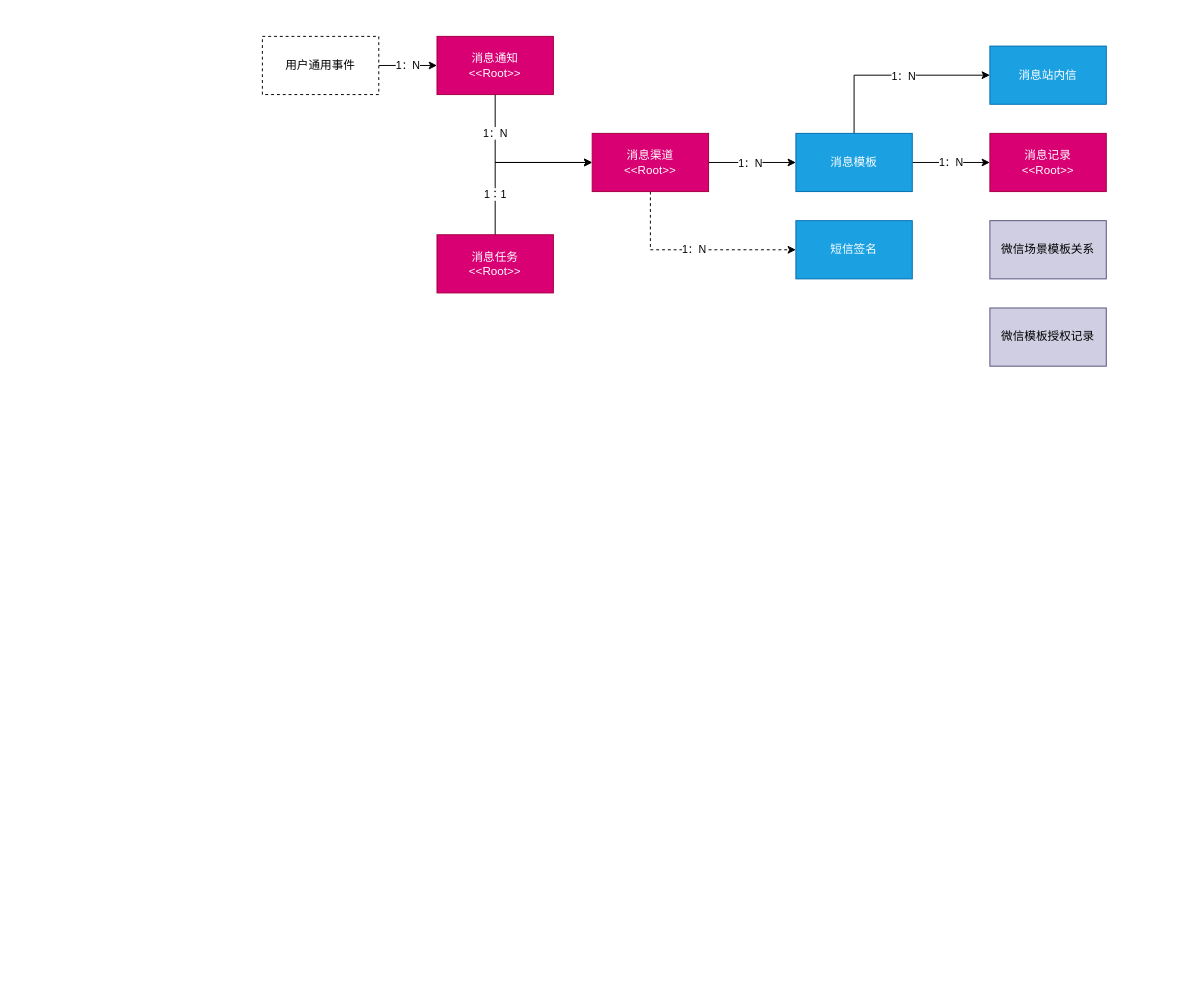
Above: page "Page-1" (1 of 2) of Untitled Diagram.drawio in juxiemushu/Personalword (draw.io), before the change. Source tidied: cells renumbered, new cells numbered last; positions are measured from the earlier drawing's top-left corner, leaving out a move shared by most shapes. Both pictures are drawn from the tidied source at 97%, with x=0, y=0 at pixel (262, 36).
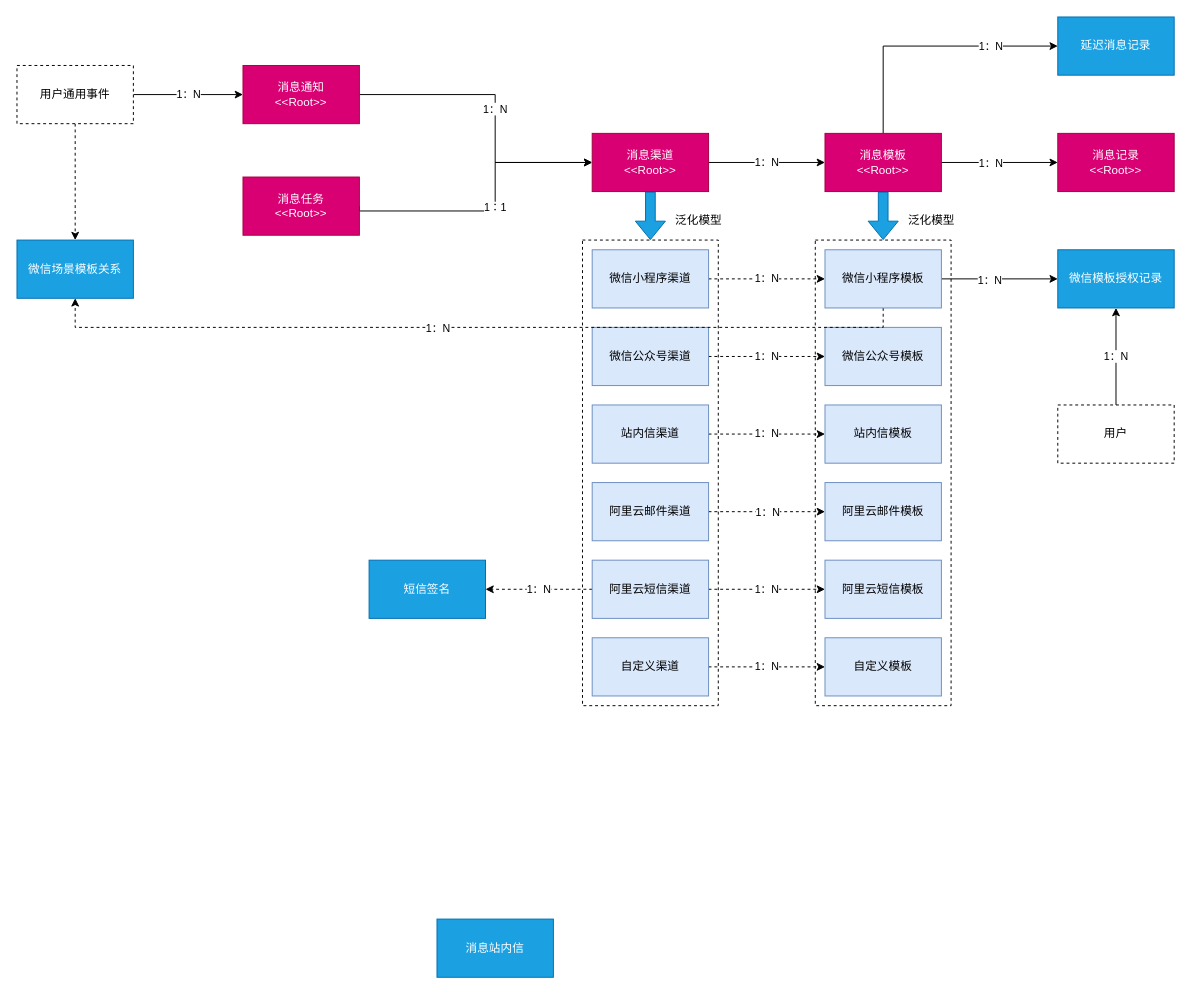
Above is the later version.

Commit message:
Update touch model

Unchanged cells that the change refers to:
```xml
<mxCell id="10" value="消息渠道&lt;br&gt;&amp;lt;&amp;lt;Root&amp;gt;&amp;gt;" style="rounded=0;whiteSpace=wrap;html=1;fillColor=#d80073;strokeColor=#A50040;fontColor=#ffffff;" parent="1" vertex="1">
  <mxGeometry x="340" y="100" width="120" height="60" as="geometry" />
</mxCell>
```

Diff of the diagram source:
```diff
@@
     <mxCell id="2" value="1：N" style="edgeStyle=orthogonalEdgeStyle;rounded=0;jettySize=auto;html=1;exitX=1;exitY=0.5;exitDx=0;exitDy=0;endArrow=classic;endFill=1;entryX=0;entryY=0.5;entryDx=0;entryDy=0;" parent="1" edge="1" source="3" target="10">
       <mxGeometry relative="1" as="geometry">
         <Array as="points">
-          <mxPoint x="240" y="30" />
+          <mxPoint x="240" y="60" />
           <mxPoint x="240" y="130" />
-          <mxPoint x="340" y="130" />
         </Array>
       </mxGeometry>
     </mxCell>
     <mxCell id="3" value="消息通知&lt;br&gt;&amp;lt;&amp;lt;Root&amp;gt;&amp;gt;" style="rounded=0;whiteSpace=wrap;html=1;fillColor=#d80073;strokeColor=#A50040;fontColor=#ffffff;" parent="1" vertex="1">
-      <mxGeometry x="180" width="120" height="60" as="geometry" />
+      <mxGeometry x="-20" y="30" width="120" height="60" as="geometry" />
     </mxCell>
     <mxCell id="4" value="1：1" style="edgeStyle=orthogonalEdgeStyle;rounded=0;jettySize=auto;html=1;exitX=1;exitY=0.5;exitDx=0;exitDy=0;endArrow=classic;endFill=1;entryX=0;entryY=0.5;entryDx=0;entryDy=0;" parent="1" edge="1" source="5" target="10">
       <mxGeometry relative="1" as="geometry">
         <Array as="points">
-          <mxPoint x="240" y="235" />
+          <mxPoint x="100" y="180" />
+          <mxPoint x="240" y="180" />
           <mxPoint x="240" y="130" />
         </Array>
       </mxGeometry>
     </mxCell>
     <mxCell id="5" value="消息任务&lt;br&gt;&amp;lt;&amp;lt;Root&amp;gt;&amp;gt;" style="rounded=0;whiteSpace=wrap;html=1;fillColor=#d80073;strokeColor=#A50040;fontColor=#ffffff;" parent="1" vertex="1">
-      <mxGeometry x="180" y="204.5" width="120" height="60" as="geometry" />
+      <mxGeometry x="-20" y="145" width="120" height="60" as="geometry" />
     </mxCell>
-    <mxCell id="6" style="edgeStyle=orthogonalEdgeStyle;rounded=0;jettySize=auto;html=1;exitX=1;exitY=0.5;exitDx=0;exitDy=0;" parent="1" edge="1" source="10" target="14">
+    <mxCell id="6" value="1：N" style="edgeStyle=orthogonalEdgeStyle;rounded=0;jettySize=auto;html=1;exitX=1;exitY=0.5;exitDx=0;exitDy=0;" parent="1" edge="1" source="10" target="14">
       <mxGeometry relative="1" as="geometry" />
     </mxCell>
-    <mxCell id="7" value="1：N" style="edgeLabel;html=1;align=center;verticalAlign=middle;" parent="6" vertex="1">
-      <mxGeometry x="-0.53" relative="1" as="geometry">
-        <mxPoint x="21" as="offset" />
-      </mxGeometry>
-    </mxCell>
-    <mxCell id="8" style="edgeStyle=orthogonalEdgeStyle;rounded=0;jettySize=auto;html=1;exitX=0.5;exitY=1;exitDx=0;exitDy=0;entryX=0;entryY=0.5;entryDx=0;entryDy=0;dashed=1;" parent="1" edge="1" source="10" target="16">
-      <mxGeometry relative="1" as="geometry" />
-    </mxCell>
-    <mxCell id="9" value="1：N" style="edgeLabel;html=1;align=center;verticalAlign=middle;" parent="8" vertex="1">
-      <mxGeometry x="-0.01" y="1" relative="1" as="geometry" />
-    </mxCell>
+    <mxCell id="22" style="edgeStyle=orthogonalEdgeStyle;rounded=0;jettySize=auto;html=1;exitX=0.5;exitY=1;exitDx=0;exitDy=0;shape=flexArrow;fillColor=#1ba1e2;strokeColor=#006EAF;endSize=6;startSize=6;" parent="1" edge="1" source="10" target="54">
+      <mxGeometry relative="1" as="geometry" />
+    </mxCell>
@@
-    <mxCell id="11" value="1：N" style="edgeStyle=orthogonalEdgeStyle;rounded=0;jettySize=auto;html=1;exitX=1;exitY=0.5;exitDx=0;exitDy=0;endArrow=classic;endFill=1;" parent="1" edge="1" source="14" target="15">
+    <mxCell id="11" style="edgeStyle=orthogonalEdgeStyle;rounded=0;jettySize=auto;html=1;exitX=1;exitY=0.5;exitDx=0;exitDy=0;" parent="1" edge="1" source="14" target="15">
       <mxGeometry relative="1" as="geometry" />
     </mxCell>
-    <mxCell id="12" style="edgeStyle=orthogonalEdgeStyle;rounded=0;jettySize=auto;html=1;exitX=0.5;exitY=0;exitDx=0;exitDy=0;entryX=0;entryY=0.5;entryDx=0;entryDy=0;endArrow=classic;endFill=1;" parent="1" edge="1" source="14" target="17">
-      <mxGeometry relative="1" as="geometry" />
-    </mxCell>
-    <mxCell id="13" value="1：N" style="edgeLabel;html=1;align=center;verticalAlign=middle;" parent="12" vertex="1">
-      <mxGeometry x="0.1" y="-2" relative="1" as="geometry">
-        <mxPoint y="-2" as="offset" />
-      </mxGeometry>
-    </mxCell>
+    <mxCell id="23" value="1：N" style="edgeLabel;html=1;align=center;verticalAlign=middle;" parent="11" vertex="1">
+      <mxGeometry x="-0.33" y="-4" relative="1" as="geometry">
+        <mxPoint x="10" y="-4" as="offset" />
+      </mxGeometry>
+    </mxCell>
+    <mxCell id="24" style="edgeStyle=orthogonalEdgeStyle;shape=flexArrow;rounded=0;jettySize=auto;html=1;exitX=0.5;exitY=1;exitDx=0;exitDy=0;startSize=6;endSize=6;fillColor=#1ba1e2;strokeColor=#006EAF;" parent="1" edge="1" source="14" target="55">
+      <mxGeometry relative="1" as="geometry" />
+    </mxCell>
+    <mxCell id="25" style="edgeStyle=orthogonalEdgeStyle;rounded=0;jettySize=auto;html=1;exitX=0.5;exitY=0;exitDx=0;exitDy=0;entryX=0;entryY=0.5;entryDx=0;entryDy=0;" parent="1" edge="1" source="14" target="58">
+      <mxGeometry relative="1" as="geometry" />
+    </mxCell>
+    <mxCell id="26" value="1：N" style="edgeLabel;html=1;align=center;verticalAlign=middle;" parent="25" vertex="1">
+      <mxGeometry x="0.33" y="-3" relative="1" as="geometry">
+        <mxPoint x="20" y="-3" as="offset" />
+      </mxGeometry>
+    </mxCell>
-    <mxCell id="14" value="消息模板" style="rounded=0;whiteSpace=wrap;html=1;fillColor=#1ba1e2;strokeColor=#006EAF;fontColor=#ffffff;" parent="1" vertex="1">
-      <mxGeometry x="550" y="100" width="120" height="60" as="geometry" />
+    <mxCell id="14" value="消息模板&lt;br&gt;&amp;lt;&amp;lt;Root&amp;gt;&amp;gt;" style="rounded=0;whiteSpace=wrap;html=1;fillColor=#d80073;strokeColor=#A50040;fontColor=#ffffff;" parent="1" vertex="1">
+      <mxGeometry x="580" y="100" width="120" height="60" as="geometry" />
     </mxCell>
     <mxCell id="15" value="消息记录&lt;br&gt;&amp;lt;&amp;lt;Root&amp;gt;&amp;gt;" style="rounded=0;whiteSpace=wrap;html=1;fillColor=#d80073;strokeColor=#A50040;fontColor=#ffffff;" parent="1" vertex="1">
-      <mxGeometry x="750" y="100" width="120" height="60" as="geometry" />
+      <mxGeometry x="820" y="100" width="120" height="60" as="geometry" />
     </mxCell>
     <mxCell id="16" value="短信签名" style="rounded=0;whiteSpace=wrap;html=1;fillColor=#1ba1e2;strokeColor=#006EAF;fontColor=#ffffff;" parent="1" vertex="1">
-      <mxGeometry x="550" y="190" width="120" height="60" as="geometry" />
+      <mxGeometry x="110" y="540" width="120" height="60" as="geometry" />
     </mxCell>
     <mxCell id="17" value="消息站内信" style="rounded=0;whiteSpace=wrap;html=1;fillColor=#1ba1e2;strokeColor=#006EAF;fontColor=#ffffff;" parent="1" vertex="1">
-      <mxGeometry x="750" y="10" width="120" height="60" as="geometry" />
+      <mxGeometry x="180" y="910" width="120" height="60" as="geometry" />
     </mxCell>
@@
+    <mxCell id="27" style="edgeStyle=orthogonalEdgeStyle;rounded=0;jettySize=auto;html=1;dashed=1;" parent="1" edge="1" source="19" target="20">
+      <mxGeometry relative="1" as="geometry">
+        <Array as="points">
+          <mxPoint x="-193" y="160" />
+          <mxPoint x="-193" y="160" />
+        </Array>
+      </mxGeometry>
+    </mxCell>
     <mxCell id="19" value="用户通用事件" style="rounded=0;whiteSpace=wrap;html=1;dashed=1;" parent="1" vertex="1">
-      <mxGeometry width="120" height="60" as="geometry" />
+      <mxGeometry x="-253" y="30" width="120" height="60" as="geometry" />
     </mxCell>
-    <mxCell id="20" value="微信场景模板关系" style="rounded=0;whiteSpace=wrap;html=1;fillColor=#d0cee2;strokeColor=#56517e;" parent="1" vertex="1">
-      <mxGeometry x="750" y="190" width="120" height="60" as="geometry" />
+    <mxCell id="20" value="微信场景模板关系" style="rounded=0;whiteSpace=wrap;html=1;fillColor=#1ba1e2;strokeColor=#006EAF;fontColor=#ffffff;" parent="1" vertex="1">
+      <mxGeometry x="-253" y="210" width="120" height="60" as="geometry" />
     </mxCell>
-    <mxCell id="21" value="微信模板授权记录" style="rounded=0;whiteSpace=wrap;html=1;fillColor=#d0cee2;strokeColor=#56517e;" parent="1" vertex="1">
-      <mxGeometry x="750" y="280" width="120" height="60" as="geometry" />
+    <mxCell id="21" value="微信模板授权记录" style="rounded=0;whiteSpace=wrap;html=1;fillColor=#1ba1e2;strokeColor=#006EAF;fontColor=#ffffff;" parent="1" vertex="1">
+      <mxGeometry x="820" y="220" width="120" height="60" as="geometry" />
     </mxCell>
+    <mxCell id="28" value="1：N" style="edgeStyle=orthogonalEdgeStyle;rounded=0;jettySize=auto;html=1;exitX=0;exitY=0.5;exitDx=0;exitDy=0;dashed=1;" parent="1" edge="1" source="30" target="16">
+      <mxGeometry relative="1" as="geometry" />
+    </mxCell>
+    <mxCell id="29" value="1：N" style="edgeStyle=orthogonalEdgeStyle;rounded=0;jettySize=auto;html=1;exitX=1;exitY=0.5;exitDx=0;exitDy=0;dashed=1;" parent="1" edge="1" source="30" target="42">
+      <mxGeometry relative="1" as="geometry" />
+    </mxCell>
+    <mxCell id="30" value="阿里云短信渠道" style="rounded=0;whiteSpace=wrap;html=1;fillColor=#dae8fc;strokeColor=#6c8ebf;" parent="1" vertex="1">
+      <mxGeometry x="340" y="540" width="120" height="60" as="geometry" />
+    </mxCell>
+    <mxCell id="31" value="1：N" style="edgeStyle=orthogonalEdgeStyle;rounded=0;jettySize=auto;html=1;exitX=1;exitY=0.5;exitDx=0;exitDy=0;dashed=1;" parent="1" edge="1" source="32" target="44">
+      <mxGeometry relative="1" as="geometry" />
+    </mxCell>
+    <mxCell id="32" value="微信公众号渠道" style="rounded=0;whiteSpace=wrap;html=1;fillColor=#dae8fc;strokeColor=#6c8ebf;" parent="1" vertex="1">
+      <mxGeometry x="340" y="300" width="120" height="60" as="geometry" />
+    </mxCell>
+    <mxCell id="33" value="1：N" style="edgeStyle=orthogonalEdgeStyle;rounded=0;jettySize=auto;html=1;exitX=1;exitY=0.5;exitDx=0;exitDy=0;dashed=1;" parent="1" edge="1" source="34" target="49">
+      <mxGeometry relative="1" as="geometry" />
+    </mxCell>
+    <mxCell id="34" value="微信小程序渠道" style="rounded=0;whiteSpace=wrap;html=1;fillColor=#dae8fc;strokeColor=#6c8ebf;" parent="1" vertex="1">
+      <mxGeometry x="340" y="220" width="120" height="60" as="geometry" />
+    </mxCell>
+    <mxCell id="35" style="edgeStyle=orthogonalEdgeStyle;rounded=0;jettySize=auto;html=1;exitX=1;exitY=0.5;exitDx=0;exitDy=0;dashed=1;" parent="1" edge="1" source="37" target="43">
+      <mxGeometry relative="1" as="geometry" />
+    </mxCell>
+    <mxCell id="36" value="1：N" style="edgeLabel;html=1;align=center;verticalAlign=middle;" parent="35" vertex="1">
+      <mxGeometry x="-0.28" y="1" relative="1" as="geometry">
+        <mxPoint x="17" y="1" as="offset" />
+      </mxGeometry>
+    </mxCell>
+    <mxCell id="37" value="阿里云邮件渠道" style="rounded=0;whiteSpace=wrap;html=1;fillColor=#dae8fc;strokeColor=#6c8ebf;" parent="1" vertex="1">
+      <mxGeometry x="340" y="460" width="120" height="60" as="geometry" />
+    </mxCell>
+    <mxCell id="38" value="1：N" style="edgeStyle=orthogonalEdgeStyle;rounded=0;jettySize=auto;html=1;exitX=1;exitY=0.5;exitDx=0;exitDy=0;dashed=1;" parent="1" edge="1" source="39" target="50">
+      <mxGeometry relative="1" as="geometry" />
+    </mxCell>
+    <mxCell id="39" value="站内信渠道" style="rounded=0;whiteSpace=wrap;html=1;fillColor=#dae8fc;strokeColor=#6c8ebf;" parent="1" vertex="1">
+      <mxGeometry x="340" y="380" width="120" height="60" as="geometry" />
+    </mxCell>
+    <mxCell id="40" value="1：N" style="edgeStyle=orthogonalEdgeStyle;rounded=0;jettySize=auto;html=1;exitX=1;exitY=0.5;exitDx=0;exitDy=0;dashed=1;" parent="1" edge="1" source="41" target="51">
+      <mxGeometry relative="1" as="geometry" />
+    </mxCell>
+    <mxCell id="41" value="自定义渠道" style="rounded=0;whiteSpace=wrap;html=1;fillColor=#dae8fc;strokeColor=#6c8ebf;" parent="1" vertex="1">
+      <mxGeometry x="340" y="620" width="120" height="60" as="geometry" />
+    </mxCell>
+    <mxCell id="42" value="阿里云短信模板" style="rounded=0;whiteSpace=wrap;html=1;fillColor=#dae8fc;strokeColor=#6c8ebf;" parent="1" vertex="1">
+      <mxGeometry x="580" y="540" width="120" height="60" as="geometry" />
+    </mxCell>
+    <mxCell id="43" value="阿里云邮件模板" style="rounded=0;whiteSpace=wrap;html=1;fillColor=#dae8fc;strokeColor=#6c8ebf;" parent="1" vertex="1">
+      <mxGeometry x="580" y="460" width="120" height="60" as="geometry" />
+    </mxCell>
+    <mxCell id="44" value="微信公众号模板" style="rounded=0;whiteSpace=wrap;html=1;fillColor=#dae8fc;strokeColor=#6c8ebf;" parent="1" vertex="1">
+      <mxGeometry x="580" y="300" width="120" height="60" as="geometry" />
+    </mxCell>
+    <mxCell id="45" style="edgeStyle=orthogonalEdgeStyle;rounded=0;jettySize=auto;html=1;exitX=0.5;exitY=1;exitDx=0;exitDy=0;entryX=0.5;entryY=1;entryDx=0;entryDy=0;dashed=1;" parent="1" edge="1" source="49" target="20">
+      <mxGeometry relative="1" as="geometry">
+        <Array as="points">
+          <mxPoint x="640" y="300" />
+          <mxPoint x="-193" y="300" />
+        </Array>
+      </mxGeometry>
+    </mxCell>
+    <mxCell id="46" value="1：N" style="edgeLabel;html=1;align=center;verticalAlign=middle;" parent="45" vertex="1">
+      <mxGeometry x="0.42" y="1" relative="1" as="geometry">
+        <mxPoint x="147" y="-1" as="offset" />
+      </mxGeometry>
+    </mxCell>
+    <mxCell id="47" style="edgeStyle=orthogonalEdgeStyle;rounded=0;jettySize=auto;html=1;exitX=1;exitY=0.5;exitDx=0;exitDy=0;" parent="1" edge="1" source="49" target="21">
+      <mxGeometry relative="1" as="geometry" />
+    </mxCell>
+    <mxCell id="48" value="1：N" style="edgeLabel;html=1;align=center;verticalAlign=middle;" parent="47" vertex="1">
+      <mxGeometry x="-0.18" y="-1" relative="1" as="geometry" />
+    </mxCell>
+    <mxCell id="49" value="微信小程序模板" style="rounded=0;whiteSpace=wrap;html=1;fillColor=#dae8fc;strokeColor=#6c8ebf;" parent="1" vertex="1">
+      <mxGeometry x="580" y="220" width="120" height="60" as="geometry" />
+    </mxCell>
+    <mxCell id="50" value="站内信模板" style="rounded=0;whiteSpace=wrap;html=1;fillColor=#dae8fc;strokeColor=#6c8ebf;" parent="1" vertex="1">
+      <mxGeometry x="580" y="380" width="120" height="60" as="geometry" />
+    </mxCell>
+    <mxCell id="51" value="自定义模板" style="rounded=0;whiteSpace=wrap;html=1;fillColor=#dae8fc;strokeColor=#6c8ebf;" parent="1" vertex="1">
+      <mxGeometry x="580" y="620" width="120" height="60" as="geometry" />
+    </mxCell>
+    <mxCell id="52" value="1：N" style="edgeStyle=orthogonalEdgeStyle;rounded=0;jettySize=auto;html=1;exitX=0.5;exitY=0;exitDx=0;exitDy=0;entryX=0.5;entryY=1;entryDx=0;entryDy=0;" parent="1" edge="1" source="53" target="21">
+      <mxGeometry relative="1" as="geometry" />
+    </mxCell>
+    <mxCell id="53" value="用户" style="rounded=0;whiteSpace=wrap;html=1;dashed=1;" parent="1" vertex="1">
+      <mxGeometry x="820" y="380" width="120" height="60" as="geometry" />
+    </mxCell>
+    <mxCell id="54" style="rounded=0;whiteSpace=wrap;html=1;fillColor=none;dashed=1;" parent="1" vertex="1">
+      <mxGeometry x="330" y="210" width="140" height="480" as="geometry" />
+    </mxCell>
+    <mxCell id="55" style="rounded=0;whiteSpace=wrap;html=1;fillColor=none;dashed=1;" parent="1" vertex="1">
+      <mxGeometry x="570" y="210" width="140" height="480" as="geometry" />
+    </mxCell>
+    <mxCell id="56" value="泛化模型" style="text;html=1;strokeColor=none;fillColor=none;align=center;verticalAlign=middle;whiteSpace=wrap;rounded=0;dashed=1;" parent="1" vertex="1">
+      <mxGeometry x="420" y="180" width="60" height="20" as="geometry" />
+    </mxCell>
+    <mxCell id="57" value="泛化模型" style="text;html=1;strokeColor=none;fillColor=none;align=center;verticalAlign=middle;whiteSpace=wrap;rounded=0;dashed=1;" parent="1" vertex="1">
+      <mxGeometry x="660" y="180" width="60" height="20" as="geometry" />
+    </mxCell>
+    <mxCell id="58" value="延迟消息记录" style="rounded=0;whiteSpace=wrap;html=1;fillColor=#1ba1e2;strokeColor=#006EAF;fontColor=#ffffff;" parent="1" vertex="1">
+      <mxGeometry x="820" y="-20" width="120" height="60" as="geometry" />
+    </mxCell>
```
